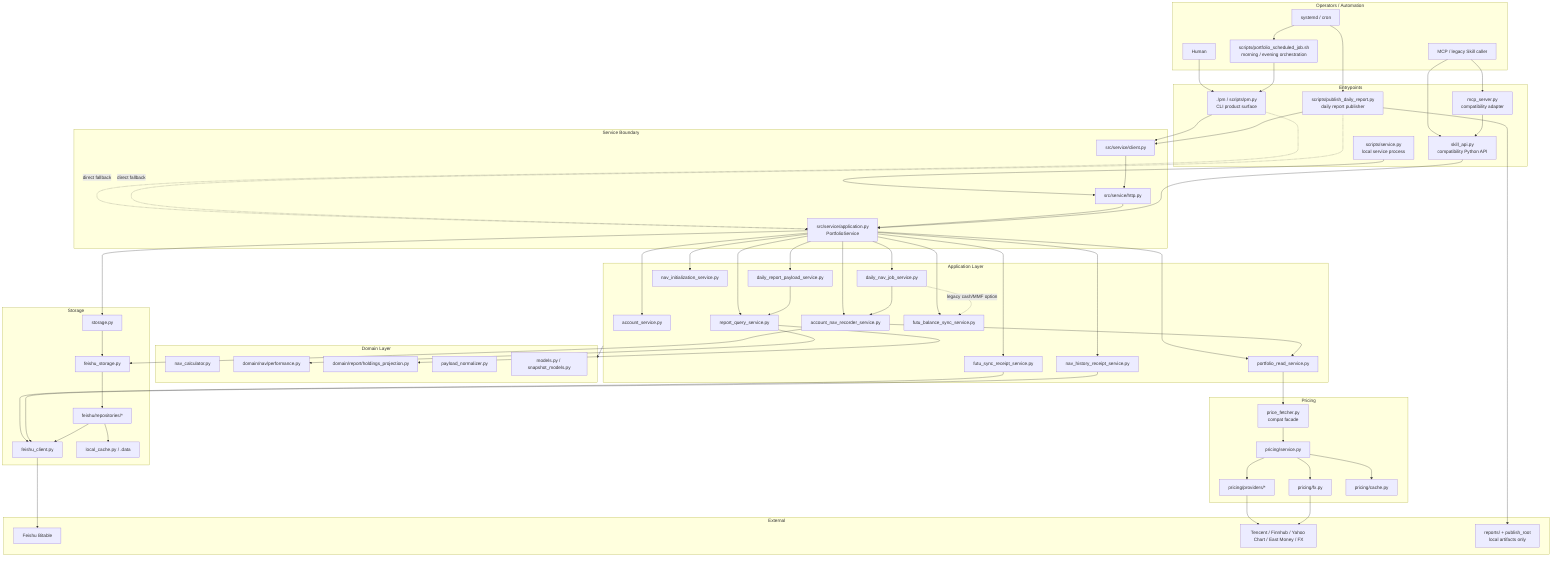
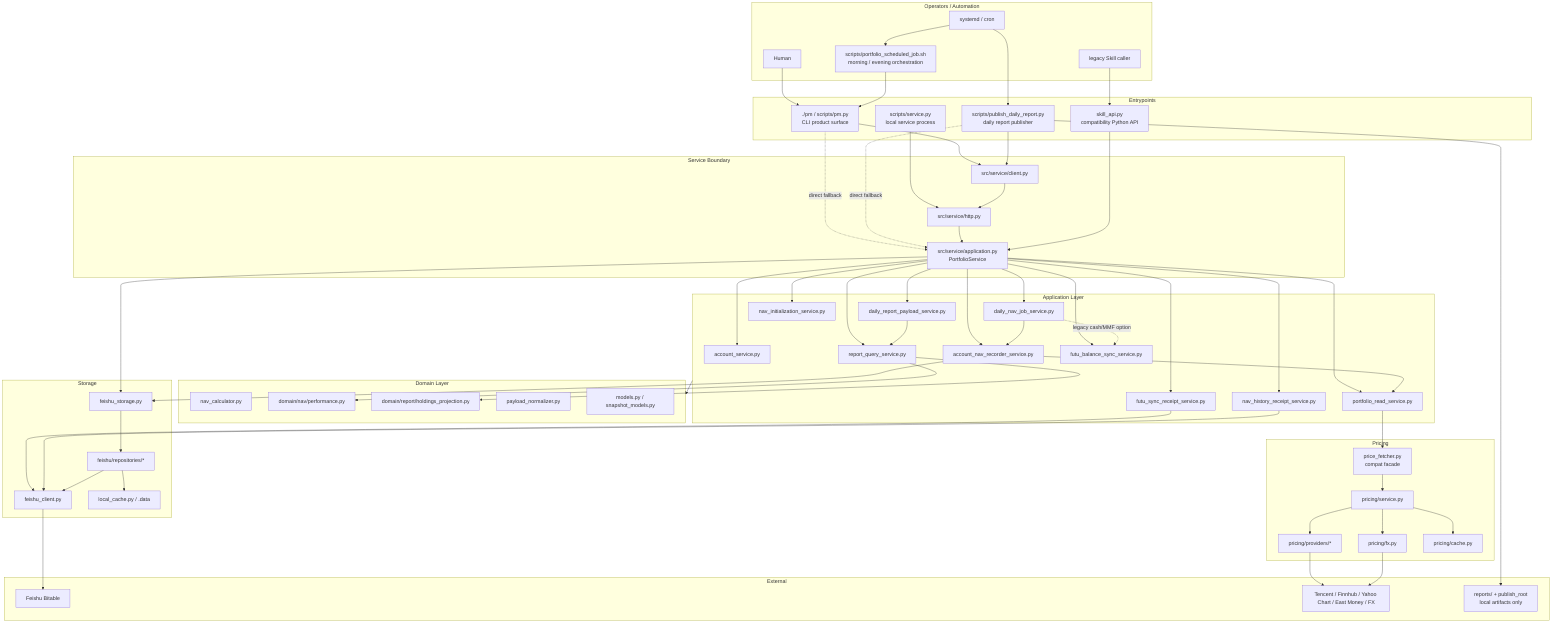
flowchart TB
    subgraph Operators["Operators / Automation"]
        Human["Human"]
        Scheduler["systemd / cron"]
        ScheduledJob["scripts/portfolio_scheduled_job.sh<br/>morning / evening orchestration"]
-         Agent["MCP / legacy Skill caller"]
+         Agent["legacy Skill caller"]
    end

    subgraph Entry["Entrypoints"]
        CLI["./pm / scripts/pm.py<br/>CLI product surface"]
        ServiceRunner["scripts/service.py<br/>local service process"]
        Publisher["scripts/publish_daily_report.py<br/>daily report publisher"]
-         MCP["mcp_server.py<br/>compatibility adapter"]
        SkillAPI["skill_api.py<br/>compatibility Python API"]
    end

    subgraph Service["Service Boundary"]
        ServiceClient["src/service/client.py"]
        HTTP["src/service/http.py"]
        AppFacade["src/service/application.py<br/>PortfolioService"]
    end

    subgraph App["Application Layer"]
        Account["account_service.py"]
        Read["portfolio_read_service.py"]
        DailyJob["daily_nav_job_service.py"]
        AccountNav["account_nav_recorder_service.py"]
        InitNav["nav_initialization_service.py"]
        ReportPayload["daily_report_payload_service.py"]
        ReportQuery["report_query_service.py"]
        FutuSync["futu_balance_sync_service.py"]
        FutuReceipt["futu_sync_receipt_service.py"]
        NavReceipt["nav_history_receipt_service.py"]
    end

    subgraph Domain["Domain Layer"]
        NavCalc["nav_calculator.py"]
        Performance["domain/nav/performance.py"]
        HoldingsProjection["domain/report/holdings_projection.py"]
        Payload["payload_normalizer.py"]
        Models["models.py / snapshot_models.py"]
    end

    subgraph Pricing["Pricing"]
        PriceFetcher["price_fetcher.py<br/>compat facade"]
        PriceService["pricing/service.py"]
        Providers["pricing/providers/*"]
        Fx["pricing/fx.py"]
        CachePolicy["pricing/cache.py"]
    end

    subgraph Storage["Storage"]
-         StorageFactory["storage.py"]
        FeishuStorage["feishu_storage.py"]
        Repos["feishu/repositories/*"]
        FeishuClient["feishu_client.py"]
        LocalCache["local_cache.py / .data"]
    end

    subgraph External["External"]
        Feishu["Feishu Bitable"]
        Quotes["Tencent / Finnhub / Yahoo Chart / East Money / FX"]
        Reports["reports/ + publish_root<br/>local artifacts only"]
    end

    Human --> CLI
    Scheduler --> ScheduledJob
    ScheduledJob --> CLI
    Scheduler --> Publisher
-     Agent --> MCP
    Agent --> SkillAPI

    CLI --> ServiceClient
    CLI -.direct fallback.-> AppFacade
    Publisher --> ServiceClient
    Publisher -.direct fallback.-> AppFacade
    ServiceRunner --> HTTP
    ServiceClient --> HTTP
    HTTP --> AppFacade
-     MCP --> SkillAPI
    SkillAPI --> AppFacade

    AppFacade --> Account
    AppFacade --> Read
    AppFacade --> DailyJob
    AppFacade --> AccountNav
    AppFacade --> InitNav
    AppFacade --> ReportPayload
    AppFacade --> ReportQuery
    AppFacade --> FutuSync
    AppFacade --> FutuReceipt
    AppFacade --> NavReceipt
-     AppFacade --> StorageFactory
+     AppFacade --> FeishuStorage

    DailyJob --> AccountNav
    DailyJob -.legacy cash/MMF option.-> FutuSync
    AccountNav --> Read
    AccountNav --> FeishuStorage
    ReportPayload --> ReportQuery
    ReportQuery --> Performance
    ReportQuery --> HoldingsProjection
    App --> Domain

    Read --> PriceFetcher
    PriceFetcher --> PriceService
    PriceService --> Providers
    PriceService --> CachePolicy
    PriceService --> Fx
    Providers --> Quotes
    Fx --> Quotes

-     StorageFactory --> FeishuStorage
    FeishuStorage --> Repos
    FutuReceipt --> FeishuClient
    NavReceipt --> FeishuClient
    Repos --> FeishuClient
    Repos --> LocalCache
    FeishuClient --> Feishu
    Publisher --> Reports
